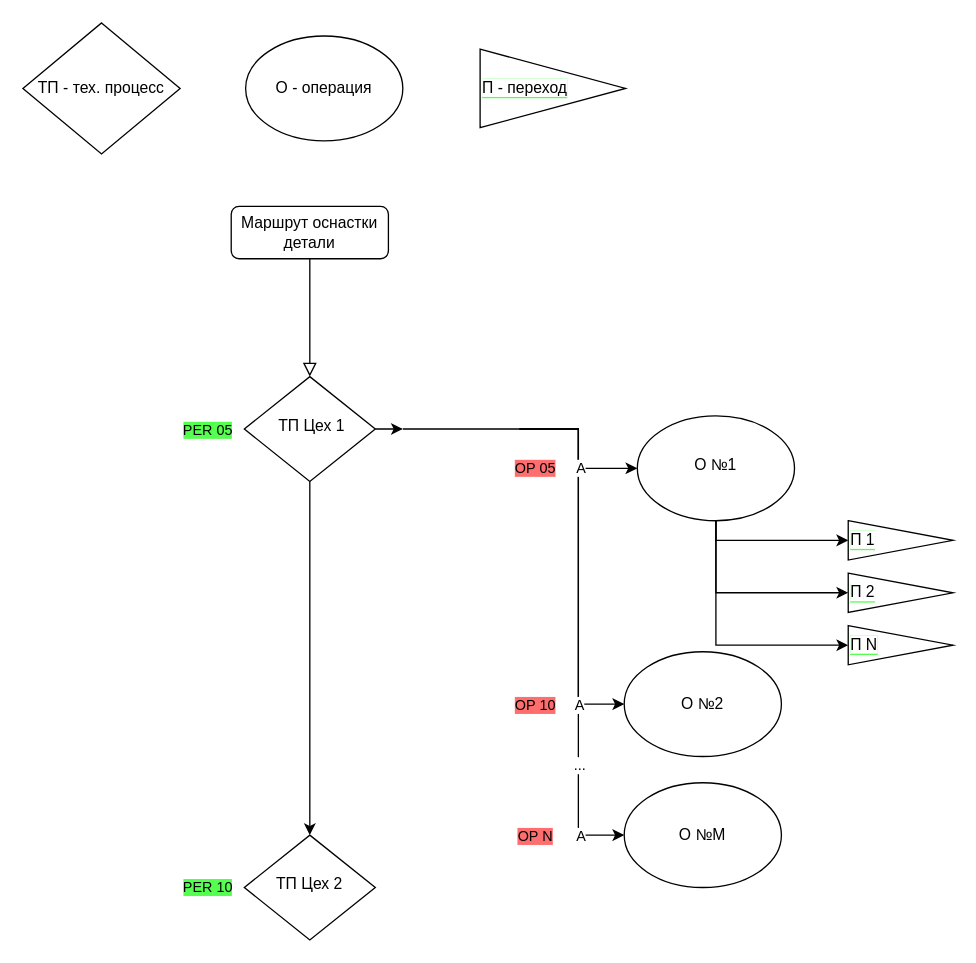
The draw.io diagram Untitled Diagram.drawio in MarseilleSabirzyanov/TPflow, before the edit. Source tidied: cells renumbered, new cells numbered last; positions are measured from the earlier drawing's top-left corner, leaving out a move shared by most shapes. Both pictures are drawn from the tidied source at 131%, with x=0, y=0 at pixel (22, 22).
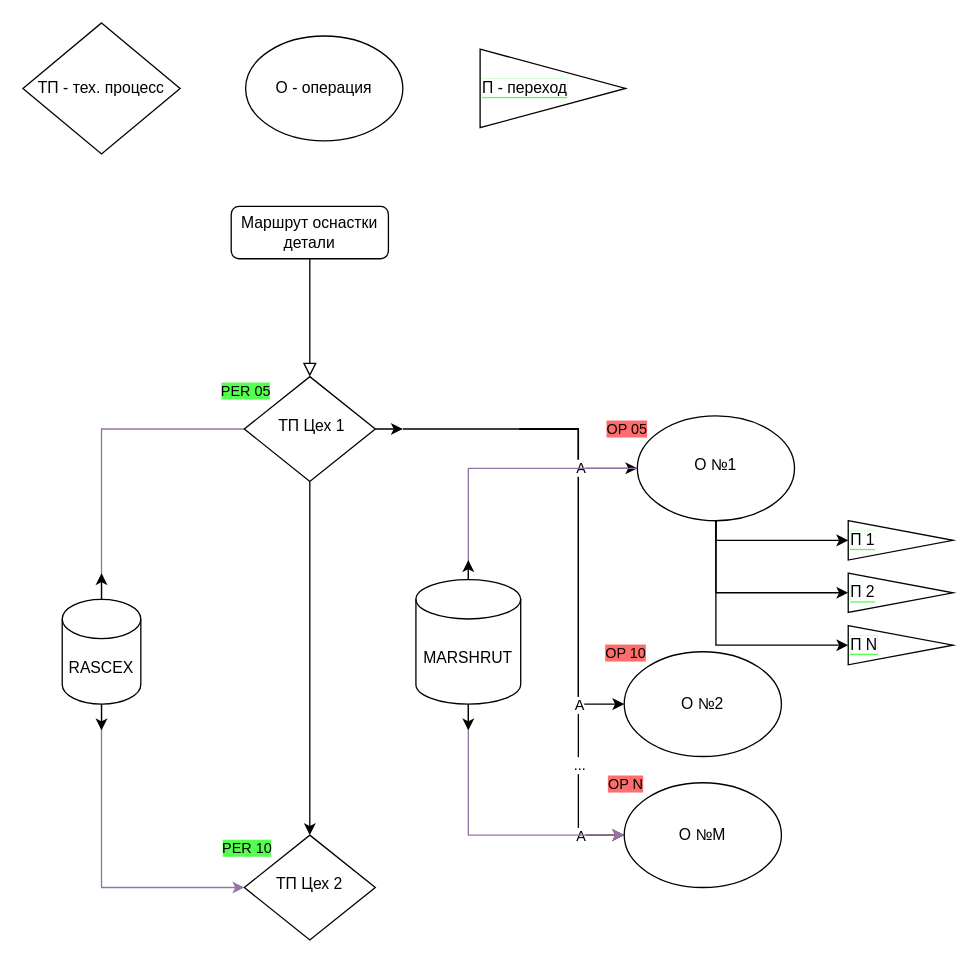
The same diagram, later.

Unchanged cells that the change refers to:
```xml
<mxCell id="2" style="rounded=0;html=1;jettySize=auto;fontSize=11;endArrow=block;endFill=0;endSize=8;strokeWidth=1;shadow=0;labelBackgroundColor=none;edgeStyle=orthogonalEdgeStyle;" parent="1" edge="1" source="4" target="8">
  <mxGeometry relative="1" as="geometry" />
</mxCell>
<mxCell id="5" style="edgeStyle=orthogonalEdgeStyle;rounded=0;jettySize=auto;html=1;" parent="1" edge="1" source="8" target="17">
  <mxGeometry relative="1" as="geometry" />
</mxCell>
<mxCell id="8" value="&amp;nbsp;ТП Цех 1" style="rhombus;whiteSpace=wrap;html=1;shadow=0;fontFamily=Helvetica;fontSize=12;align=center;strokeWidth=1;spacing=6;spacingTop=-4;" parent="1" vertex="1">
  <mxGeometry x="169" y="270" width="100" height="80" as="geometry" />
</mxCell>
<mxCell id="11" style="edgeStyle=orthogonalEdgeStyle;rounded=0;jettySize=auto;html=1;entryX=0;entryY=0.5;entryDx=0;entryDy=0;" parent="1" edge="1" target="23">
  <mxGeometry relative="1" as="geometry">
    <mxPoint x="290" y="310" as="sourcePoint" />
    <Array as="points">
      <mxPoint x="424" y="310" />
      <mxPoint x="424" y="620" />
    </Array>
  </mxGeometry>
</mxCell>
<mxCell id="17" value="ТП Цех 2" style="rhombus;whiteSpace=wrap;html=1;shadow=0;strokeWidth=1;spacing=6;spacingTop=-4;" parent="1" vertex="1">
  <mxGeometry x="169" y="620" width="100" height="80" as="geometry" />
</mxCell>
<mxCell id="21" value="О №1" style="ellipse;whiteSpace=wrap;html=1;shadow=0;strokeWidth=1;spacing=6;spacingTop=-4;" parent="1" vertex="1">
  <mxGeometry x="469" y="300" width="120" height="80" as="geometry" />
</mxCell>
<mxCell id="23" value="О №M" style="ellipse;whiteSpace=wrap;html=1;" parent="1" vertex="1">
  <mxGeometry x="459" y="580" width="120" height="80" as="geometry" />
</mxCell>
```

Diff of the diagram source:
```diff
@@
     <mxCell id="3" value="PER 05" style="edgeLabel;html=1;align=center;verticalAlign=middle;labelBackgroundColor=#55FF4F;" parent="2" vertex="1">
       <mxGeometry x="-0.2" relative="1" as="geometry">
-        <mxPoint x="-79" y="94" as="offset" />
+        <mxPoint x="-50" y="64.1" as="offset" />
       </mxGeometry>
     </mxCell>
@@
     <mxCell id="6" value="PER 10" style="edgeLabel;html=1;align=center;verticalAlign=middle;labelBackgroundColor=#55FF4F;" parent="5" vertex="1">
       <mxGeometry x="-0.1" relative="1" as="geometry">
-        <mxPoint x="-79" y="187.7" as="offset" />
+        <mxPoint x="-49" y="157.9" as="offset" />
       </mxGeometry>
     </mxCell>
@@
+    <mxCell id="32" style="edgeStyle=orthogonalEdgeStyle;rounded=0;jettySize=auto;html=1;exitX=0;exitY=0.5;exitDx=0;exitDy=0;entryX=0;entryY=0.5;entryDx=0;entryDy=0;fillColor=#e1d5e7;strokeColor=#9673a6;" parent="1" edge="1" source="8" target="17">
+      <mxGeometry relative="1" as="geometry">
+        <Array as="points">
+          <mxPoint x="60" y="310" />
+          <mxPoint x="60" y="660" />
+        </Array>
+      </mxGeometry>
+    </mxCell>
@@
     <mxCell id="15" value="OP 05" style="edgeLabel;html=1;align=center;verticalAlign=middle;labelBackgroundColor=#FF6E6E;" parent="11" vertex="1">
       <mxGeometry x="0.03" y="-2" relative="1" as="geometry">
-        <mxPoint x="-32" y="-83.4" as="offset" />
+        <mxPoint x="38" y="-113.6" as="offset" />
       </mxGeometry>
     </mxCell>
@@
+    <mxCell id="33" style="edgeStyle=orthogonalEdgeStyle;rounded=0;jettySize=auto;html=1;entryX=0;entryY=0.5;entryDx=0;entryDy=0;fontColor=#FFFF33;fillColor=#e1d5e7;strokeColor=#9673a6;exitX=0;exitY=0.5;exitDx=0;exitDy=0;" parent="1" edge="1" source="21" target="23">
+      <mxGeometry relative="1" as="geometry">
+        <Array as="points">
+          <mxPoint x="340" y="340" />
+          <mxPoint x="340" y="620" />
+        </Array>
+      </mxGeometry>
+    </mxCell>
@@
     <mxCell id="26" value="OP 10" style="edgeLabel;html=1;align=center;verticalAlign=middle;labelBackgroundColor=#FF6E6E;" parent="1" vertex="1">
-      <mxGeometry x="390" y="520" as="geometry" />
+      <mxGeometry x="459" y="480" as="geometry" />
     </mxCell>
     <mxCell id="27" value="OP N" style="edgeLabel;html=1;align=center;verticalAlign=middle;labelBackgroundColor=#FF6E6E;" parent="1" vertex="1">
-      <mxGeometry x="390" y="620" as="geometry" />
+      <mxGeometry x="459" y="580" as="geometry" />
     </mxCell>
@@
+    <mxCell id="34" style="edgeStyle=orthogonalEdgeStyle;rounded=0;jettySize=auto;html=1;fontColor=#FFFF33;" parent="1" edge="1" source="36">
+      <mxGeometry relative="1" as="geometry">
+        <mxPoint x="60" y="540" as="targetPoint" />
+      </mxGeometry>
+    </mxCell>
+    <mxCell id="35" style="edgeStyle=orthogonalEdgeStyle;rounded=0;jettySize=auto;html=1;fontColor=#FFFF33;" parent="1" edge="1" source="36">
+      <mxGeometry relative="1" as="geometry">
+        <mxPoint x="60" y="420" as="targetPoint" />
+      </mxGeometry>
+    </mxCell>
+    <mxCell id="36" value="&lt;font color=&quot;#000000&quot;&gt;RASCEX&lt;/font&gt;" style="shape=cylinder3;whiteSpace=wrap;html=1;boundedLbl=1;backgroundOutline=1;size=15;fontColor=#FFFF33;" parent="1" vertex="1">
+      <mxGeometry x="30" y="440" width="60" height="80" as="geometry" />
+    </mxCell>
+    <mxCell id="37" style="edgeStyle=orthogonalEdgeStyle;rounded=0;jettySize=auto;html=1;exitX=0.5;exitY=0;exitDx=0;exitDy=0;exitPerimeter=0;fontColor=#FFFF33;" parent="1" edge="1" source="39">
+      <mxGeometry relative="1" as="geometry">
+        <mxPoint x="340" y="410" as="targetPoint" />
+      </mxGeometry>
+    </mxCell>
+    <mxCell id="38" style="edgeStyle=orthogonalEdgeStyle;rounded=0;jettySize=auto;html=1;fontColor=#FFFF33;" parent="1" edge="1" source="39">
+      <mxGeometry relative="1" as="geometry">
+        <mxPoint x="340" y="540" as="targetPoint" />
+      </mxGeometry>
+    </mxCell>
+    <mxCell id="39" value="&lt;font color=&quot;#000000&quot;&gt;MARSHRUT&lt;/font&gt;" style="shape=cylinder3;whiteSpace=wrap;html=1;boundedLbl=1;backgroundOutline=1;size=15;fontColor=#FFFF33;" parent="1" vertex="1">
+      <mxGeometry x="300" y="425" width="80" height="95" as="geometry" />
+    </mxCell>
```
